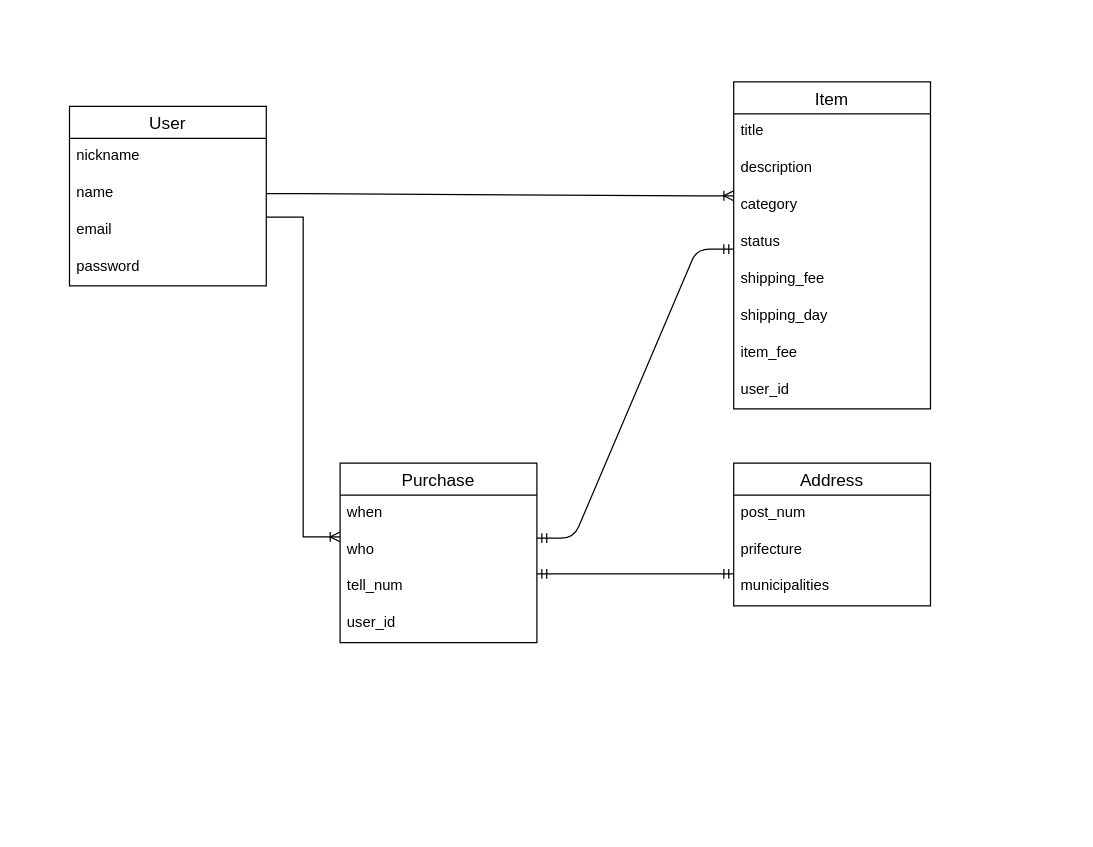
The draw.io diagram ER.dio in shu26docutar/furima-33478, before the edit. Source tidied: cells renumbered, new cells numbered last; positions are measured from the earlier drawing's top-left corner, leaving out a move shared by most shapes. Both pictures are drawn from the tidied source at 123%, with x=0, y=0 at pixel (69, 81).
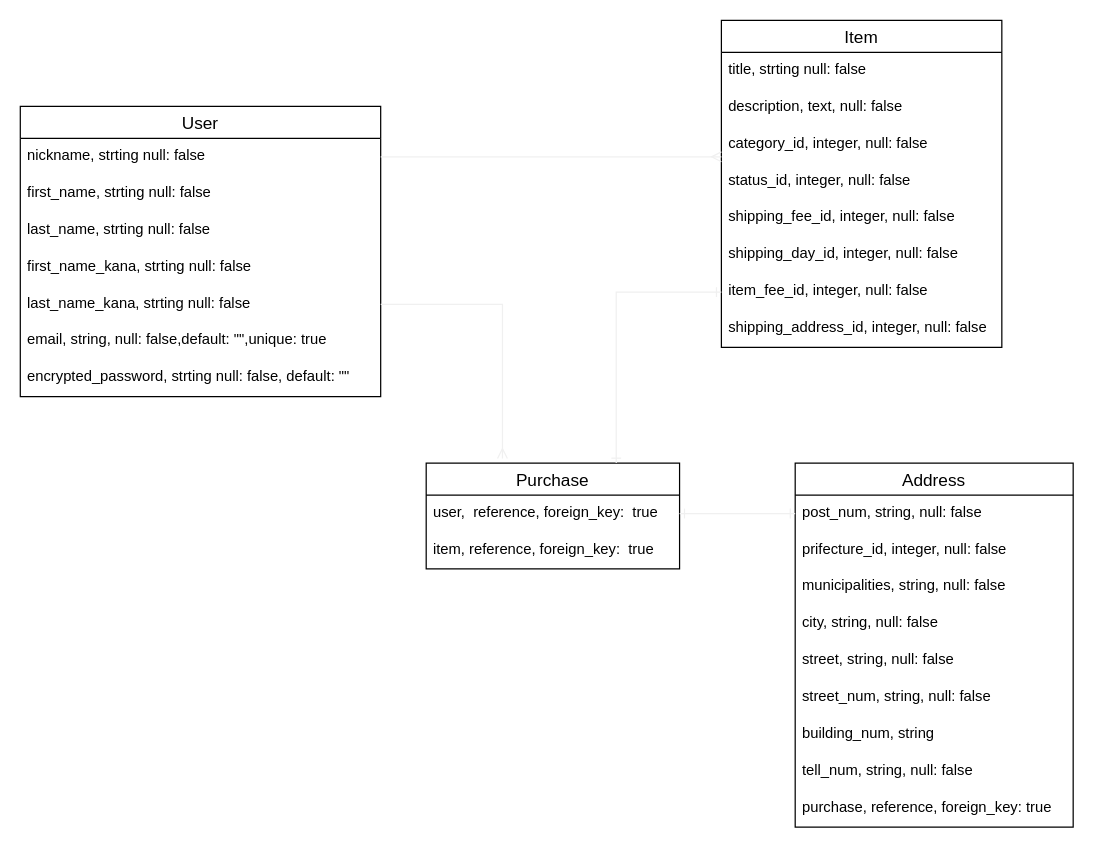
The same page after the edit.

Commit message (it also covers changes not shown here):
再度修正（ER・RAEDME）

What changed in the source:
```diff
@@
     <mxCell id="2" value="User" style="swimlane;fontStyle=0;horizontal=1;startSize=26;align=center;fontSize=14;" parent="1" vertex="1">
-      <mxGeometry y="20" width="160" height="146" as="geometry" />
+      <mxGeometry x="-40" y="20" width="293" height="236" as="geometry" />
     </mxCell>
-    <mxCell id="3" value="nickname" style="text;strokeColor=none;fillColor=none;spacingLeft=4;spacingRight=4;overflow=hidden;points=[[0,0.5],[1,0.5]];portConstraint=eastwest;fontSize=12;" parent="2" vertex="1">
-      <mxGeometry y="26" width="160" height="30" as="geometry" />
+    <mxCell id="3" value="nickname, strting null: false" style="text;strokeColor=none;fillColor=none;spacingLeft=4;spacingRight=4;overflow=hidden;points=[[0,0.5],[1,0.5]];portConstraint=eastwest;fontSize=12;" parent="2" vertex="1">
+      <mxGeometry y="26" width="293" height="30" as="geometry" />
     </mxCell>
-    <mxCell id="4" value="name" style="text;strokeColor=none;fillColor=none;spacingLeft=4;spacingRight=4;overflow=hidden;points=[[0,0.5],[1,0.5]];portConstraint=eastwest;fontSize=12;" parent="2" vertex="1">
-      <mxGeometry y="56" width="160" height="30" as="geometry" />
+    <mxCell id="4" value="first_name, strting null: false" style="text;strokeColor=none;fillColor=none;spacingLeft=4;spacingRight=4;overflow=hidden;points=[[0,0.5],[1,0.5]];portConstraint=eastwest;fontSize=12;" parent="2" vertex="1">
+      <mxGeometry y="56" width="293" height="30" as="geometry" />
     </mxCell>
-    <mxCell id="5" value="email" style="text;strokeColor=none;fillColor=none;spacingLeft=4;spacingRight=4;overflow=hidden;fontSize=12;" parent="2" vertex="1">
-      <mxGeometry y="86" width="160" height="30" as="geometry" />
-    </mxCell>
+    <mxCell id="29" value="last_name, strting null: false" style="text;strokeColor=none;fillColor=none;spacingLeft=4;spacingRight=4;overflow=hidden;fontSize=12;" parent="2" vertex="1">
+      <mxGeometry y="86" width="293" height="30" as="geometry" />
+    </mxCell>
+    <mxCell id="30" value="first_name_kana, strting null: false" style="text;strokeColor=none;fillColor=none;spacingLeft=4;spacingRight=4;overflow=hidden;fontSize=12;" parent="2" vertex="1">
+      <mxGeometry y="116" width="293" height="30" as="geometry" />
+    </mxCell>
+    <mxCell id="31" value="last_name_kana, strting null: false" style="text;strokeColor=none;fillColor=none;spacingLeft=4;spacingRight=4;overflow=hidden;points=[[0,0.5],[1,0.5]];portConstraint=eastwest;fontSize=12;" parent="2" vertex="1">
+      <mxGeometry y="146" width="293" height="30" as="geometry" />
+    </mxCell>
+    <mxCell id="32" value="email, string, null: false,default: &quot;&quot;,unique: true" style="text;strokeColor=none;fillColor=none;spacingLeft=4;spacingRight=4;overflow=hidden;fontSize=12;" parent="2" vertex="1">
+      <mxGeometry y="176" width="293" height="30" as="geometry" />
+    </mxCell>
-    <mxCell id="6" value="password" style="text;strokeColor=none;fillColor=none;spacingLeft=4;spacingRight=4;overflow=hidden;fontSize=12;" parent="2" vertex="1">
-      <mxGeometry y="116" width="160" height="30" as="geometry" />
+    <mxCell id="6" value="encrypted_password, strting null: false, default: &quot;&quot;" style="text;strokeColor=none;fillColor=none;spacingLeft=4;spacingRight=4;overflow=hidden;fontSize=12;" parent="2" vertex="1">
+      <mxGeometry y="206" width="293" height="30" as="geometry" />
     </mxCell>
     <mxCell id="7" value="Item" style="swimlane;fontStyle=0;horizontal=1;startSize=26;align=center;fontSize=14;" parent="1" vertex="1">
-      <mxGeometry x="540" width="160" height="266" as="geometry" />
+      <mxGeometry x="530" y="-50" width="228" height="266" as="geometry" />
     </mxCell>
-    <mxCell id="8" value="title" style="text;strokeColor=none;fillColor=none;spacingLeft=4;spacingRight=4;overflow=hidden;fontSize=12;" parent="7" vertex="1">
-      <mxGeometry y="26" width="160" height="30" as="geometry" />
+    <mxCell id="8" value="title, strting null: false" style="text;strokeColor=none;fillColor=none;spacingLeft=4;spacingRight=4;overflow=hidden;fontSize=12;" parent="7" vertex="1">
+      <mxGeometry y="26" width="228" height="30" as="geometry" />
     </mxCell>
-    <mxCell id="9" value="description" style="text;strokeColor=none;fillColor=none;spacingLeft=4;spacingRight=4;overflow=hidden;fontSize=12;" parent="7" vertex="1">
-      <mxGeometry y="56" width="160" height="30" as="geometry" />
+    <mxCell id="9" value="description, text, null: false" style="text;strokeColor=none;fillColor=none;spacingLeft=4;spacingRight=4;overflow=hidden;fontSize=12;" parent="7" vertex="1">
+      <mxGeometry y="56" width="228" height="30" as="geometry" />
     </mxCell>
-    <mxCell id="10" value="category" style="text;strokeColor=none;fillColor=none;spacingLeft=4;spacingRight=4;overflow=hidden;points=[[0,0.5],[1,0.5]];portConstraint=eastwest;fontSize=12;" parent="7" vertex="1">
-      <mxGeometry y="86" width="160" height="30" as="geometry" />
+    <mxCell id="10" value="category_id, integer, null: false" style="text;strokeColor=none;fillColor=none;spacingLeft=4;spacingRight=4;overflow=hidden;points=[[0,0.5],[1,0.5]];portConstraint=eastwest;fontSize=12;" parent="7" vertex="1">
+      <mxGeometry y="86" width="228" height="30" as="geometry" />
     </mxCell>
-    <mxCell id="11" value="status" style="text;strokeColor=none;fillColor=none;spacingLeft=4;spacingRight=4;overflow=hidden;fontSize=12;" parent="7" vertex="1">
-      <mxGeometry y="116" width="160" height="30" as="geometry" />
+    <mxCell id="11" value="status_id, integer, null: false" style="text;strokeColor=none;fillColor=none;spacingLeft=4;spacingRight=4;overflow=hidden;fontSize=12;" parent="7" vertex="1">
+      <mxGeometry y="116" width="228" height="30" as="geometry" />
     </mxCell>
-    <mxCell id="12" value="shipping_fee" style="text;strokeColor=none;fillColor=none;spacingLeft=4;spacingRight=4;overflow=hidden;fontSize=12;" parent="7" vertex="1">
-      <mxGeometry y="146" width="160" height="30" as="geometry" />
+    <mxCell id="12" value="shipping_fee_id, integer, null: false" style="text;strokeColor=none;fillColor=none;spacingLeft=4;spacingRight=4;overflow=hidden;fontSize=12;" parent="7" vertex="1">
+      <mxGeometry y="146" width="228" height="30" as="geometry" />
     </mxCell>
-    <mxCell id="13" value="shipping_day" style="text;strokeColor=none;fillColor=none;spacingLeft=4;spacingRight=4;overflow=hidden;fontSize=12;" parent="7" vertex="1">
-      <mxGeometry y="176" width="160" height="30" as="geometry" />
+    <mxCell id="13" value="shipping_day_id, integer, null: false" style="text;strokeColor=none;fillColor=none;spacingLeft=4;spacingRight=4;overflow=hidden;fontSize=12;" parent="7" vertex="1">
+      <mxGeometry y="176" width="228" height="30" as="geometry" />
     </mxCell>
-    <mxCell id="14" value="item_fee" style="text;strokeColor=none;fillColor=none;spacingLeft=4;spacingRight=4;overflow=hidden;points=[[0,0.5],[1,0.5]];portConstraint=eastwest;fontSize=12;" parent="7" vertex="1">
-      <mxGeometry y="206" width="160" height="30" as="geometry" />
+    <mxCell id="14" value="item_fee_id, integer, null: false" style="text;strokeColor=none;fillColor=none;spacingLeft=4;spacingRight=4;overflow=hidden;points=[[0,0.5],[1,0.5]];portConstraint=eastwest;fontSize=12;" parent="7" vertex="1">
+      <mxGeometry y="206" width="228" height="30" as="geometry" />
     </mxCell>
-    <mxCell id="15" value="user_id" style="text;strokeColor=none;fillColor=none;spacingLeft=4;spacingRight=4;overflow=hidden;fontSize=12;" parent="7" vertex="1">
-      <mxGeometry y="236" width="160" height="30" as="geometry" />
+    <mxCell id="15" value="shipping_address_id, integer, null: false" style="text;strokeColor=none;fillColor=none;spacingLeft=4;spacingRight=4;overflow=hidden;fontSize=12;" parent="7" vertex="1">
+      <mxGeometry y="236" width="228" height="30" as="geometry" />
     </mxCell>
     <mxCell id="16" value="Purchase" style="swimlane;fontStyle=0;horizontal=1;startSize=26;align=center;fontSize=14;" parent="1" vertex="1">
-      <mxGeometry x="220" y="310" width="160" height="146" as="geometry" />
+      <mxGeometry x="290" y="310" width="206" height="86" as="geometry" />
     </mxCell>
-    <mxCell id="17" value="when" style="text;strokeColor=none;fillColor=none;spacingLeft=4;spacingRight=4;overflow=hidden;points=[[0,0.5],[1,0.5]];portConstraint=eastwest;fontSize=12;" parent="16" vertex="1">
-      <mxGeometry y="26" width="160" height="30" as="geometry" />
+    <mxCell id="17" value="user,  reference, foreign_key:  true" style="text;strokeColor=none;fillColor=none;spacingLeft=4;spacingRight=4;overflow=hidden;points=[[0,0.5],[1,0.5]];portConstraint=eastwest;fontSize=12;" parent="16" vertex="1">
+      <mxGeometry y="26" width="206" height="30" as="geometry" />
     </mxCell>
-    <mxCell id="18" value="who" style="text;strokeColor=none;fillColor=none;spacingLeft=4;spacingRight=4;overflow=hidden;fontSize=12;" parent="16" vertex="1">
-      <mxGeometry y="56" width="160" height="30" as="geometry" />
+    <mxCell id="18" value="item, reference, foreign_key:  true" style="text;strokeColor=none;fillColor=none;spacingLeft=4;spacingRight=4;overflow=hidden;fontSize=12;" parent="16" vertex="1">
+      <mxGeometry y="56" width="206" height="30" as="geometry" />
     </mxCell>
-    <mxCell id="19" value="tell_num" style="text;strokeColor=none;fillColor=none;spacingLeft=4;spacingRight=4;overflow=hidden;fontSize=12;" parent="16" vertex="1">
-      <mxGeometry y="86" width="160" height="30" as="geometry" />
-    </mxCell>
-    <mxCell id="20" value="user_id" style="text;strokeColor=none;fillColor=none;spacingLeft=4;spacingRight=4;overflow=hidden;fontSize=12;" parent="16" vertex="1">
-      <mxGeometry y="116" width="160" height="30" as="geometry" />
-    </mxCell>
     <mxCell id="21" value="Address" style="swimlane;fontStyle=0;horizontal=1;startSize=26;align=center;fontSize=14;" parent="1" vertex="1">
-      <mxGeometry x="540" y="310" width="160" height="116" as="geometry" />
+      <mxGeometry x="590" y="310" width="226" height="296" as="geometry" />
     </mxCell>
-    <mxCell id="22" value="post_num" style="text;fillColor=none;spacingLeft=4;spacingRight=4;overflow=hidden;points=[[0,0.5],[1,0.5]];portConstraint=eastwest;fontSize=12;" parent="21" vertex="1">
-      <mxGeometry y="26" width="160" height="30" as="geometry" />
+    <mxCell id="22" value="post_num, string, null: false" style="text;fillColor=none;spacingLeft=4;spacingRight=4;overflow=hidden;points=[[0,0.5],[1,0.5]];portConstraint=eastwest;fontSize=12;" parent="21" vertex="1">
+      <mxGeometry y="26" width="226" height="30" as="geometry" />
     </mxCell>
-    <mxCell id="23" value="prifecture" style="text;fillColor=none;spacingLeft=4;spacingRight=4;overflow=hidden;fontSize=12;" parent="21" vertex="1">
-      <mxGeometry y="56" width="160" height="30" as="geometry" />
+    <mxCell id="23" value="prifecture_id, integer, null: false" style="text;fillColor=none;spacingLeft=4;spacingRight=4;overflow=hidden;fontSize=12;" parent="21" vertex="1">
+      <mxGeometry y="56" width="226" height="30" as="geometry" />
     </mxCell>
-    <mxCell id="24" value="municipalities" style="text;fillColor=none;spacingLeft=4;spacingRight=4;overflow=hidden;fontSize=12;" parent="21" vertex="1">
-      <mxGeometry y="86" width="160" height="30" as="geometry" />
+    <mxCell id="24" value="municipalities, string, null: false" style="text;fillColor=none;spacingLeft=4;spacingRight=4;overflow=hidden;fontSize=12;" parent="21" vertex="1">
+      <mxGeometry y="86" width="226" height="30" as="geometry" />
     </mxCell>
-    <mxCell id="25" style="edgeStyle=entityRelationEdgeStyle;fontSize=12;html=1;endArrow=ERoneToMany;rounded=0;exitX=1;exitY=0.5;exitDx=0;exitDy=0;entryX=0;entryY=0.222;entryDx=0;entryDy=0;entryPerimeter=0;" parent="1" edge="1" source="4" target="10">
-      <mxGeometry relative="1" as="geometry" />
-    </mxCell>
-    <mxCell id="26" style="edgeStyle=entityRelationEdgeStyle;fontSize=12;html=1;endArrow=ERoneToMany;rounded=0;" parent="1" edge="1">
-      <mxGeometry relative="1" as="geometry">
-        <mxPoint x="160" y="110" as="sourcePoint" />
-        <mxPoint x="220" y="370" as="targetPoint" />
-      </mxGeometry>
-    </mxCell>
-    <mxCell id="27" style="edgeStyle=entityRelationEdgeStyle;fontSize=12;html=1;endArrow=ERmandOne;startArrow=ERmandOne;" parent="1" edge="1">
-      <mxGeometry relative="1" as="geometry">
-        <mxPoint x="380" y="371" as="sourcePoint" />
-        <mxPoint x="540" y="136" as="targetPoint" />
-      </mxGeometry>
-    </mxCell>
-    <mxCell id="28" style="edgeStyle=entityRelationEdgeStyle;fontSize=12;html=1;endArrow=ERmandOne;startArrow=ERmandOne;rounded=0;" parent="1" edge="1">
-      <mxGeometry relative="1" as="geometry">
-        <mxPoint x="380" y="400" as="sourcePoint" />
-        <mxPoint x="540" y="400" as="targetPoint" />
-      </mxGeometry>
-    </mxCell>
+    <mxCell id="33" value="city, string, null: false" style="text;strokeColor=none;fillColor=none;spacingLeft=4;spacingRight=4;overflow=hidden;fontSize=12;" parent="21" vertex="1">
+      <mxGeometry y="116" width="226" height="30" as="geometry" />
+    </mxCell>
+    <mxCell id="34" value="street, string, null: false" style="text;strokeColor=none;fillColor=none;spacingLeft=4;spacingRight=4;overflow=hidden;fontSize=12;fontStyle=0;" parent="21" vertex="1">
+      <mxGeometry y="146" width="226" height="30" as="geometry" />
+    </mxCell>
+    <mxCell id="35" value="street_num, string, null: false" style="text;strokeColor=none;fillColor=none;spacingLeft=4;spacingRight=4;overflow=hidden;fontSize=12;" parent="21" vertex="1">
+      <mxGeometry y="176" width="226" height="30" as="geometry" />
+    </mxCell>
+    <mxCell id="36" value="building_num, string" style="text;strokeColor=none;fillColor=none;spacingLeft=4;spacingRight=4;overflow=hidden;fontSize=12;" parent="21" vertex="1">
+      <mxGeometry y="206" width="226" height="30" as="geometry" />
+    </mxCell>
+    <mxCell id="37" value="tell_num, string, null: false" style="text;strokeColor=none;fillColor=none;spacingLeft=4;spacingRight=4;overflow=hidden;fontSize=12;" parent="21" vertex="1">
+      <mxGeometry y="236" width="226" height="30" as="geometry" />
+    </mxCell>
+    <mxCell id="38" value="purchase, reference, foreign_key: true" style="text;strokeColor=none;fillColor=none;spacingLeft=4;spacingRight=4;overflow=hidden;fontSize=12;" parent="21" vertex="1">
+      <mxGeometry y="266" width="226" height="30" as="geometry" />
+    </mxCell>
+    <mxCell id="39" style="edgeStyle=orthogonalEdgeStyle;rounded=0;jettySize=auto;html=1;exitX=1;exitY=0.5;exitDx=0;exitDy=0;strokeColor=#f0f0f0;endArrow=ERmany;endFill=0;" parent="1" edge="1" source="3">
+      <mxGeometry relative="1" as="geometry">
+        <mxPoint x="530" y="61" as="targetPoint" />
+      </mxGeometry>
+    </mxCell>
+    <mxCell id="40" style="edgeStyle=orthogonalEdgeStyle;rounded=0;jettySize=auto;html=1;exitX=1;exitY=0.5;exitDx=0;exitDy=0;entryX=0;entryY=0.5;entryDx=0;entryDy=0;endArrow=ERone;endFill=0;strokeColor=#f0f0f0;startArrow=ERone;startFill=0;" parent="1" edge="1" source="17" target="22">
+      <mxGeometry relative="1" as="geometry" />
+    </mxCell>
+    <mxCell id="41" style="edgeStyle=orthogonalEdgeStyle;rounded=0;jettySize=auto;html=1;exitX=0;exitY=0.5;exitDx=0;exitDy=0;startArrow=ERone;startFill=0;endArrow=ERone;endFill=0;strokeColor=#f0f0f0;entryX=0.75;entryY=0;entryDx=0;entryDy=0;" parent="1" edge="1" source="14" target="16">
+      <mxGeometry relative="1" as="geometry" />
+    </mxCell>
+    <mxCell id="42" style="edgeStyle=orthogonalEdgeStyle;rounded=0;jettySize=auto;html=1;exitX=1;exitY=0.5;exitDx=0;exitDy=0;entryX=0.301;entryY=-0.044;entryDx=0;entryDy=0;entryPerimeter=0;startArrow=none;startFill=0;endArrow=ERmany;endFill=0;strokeColor=#f0f0f0;" parent="1" edge="1" source="31" target="16">
+      <mxGeometry relative="1" as="geometry" />
+    </mxCell>
```
